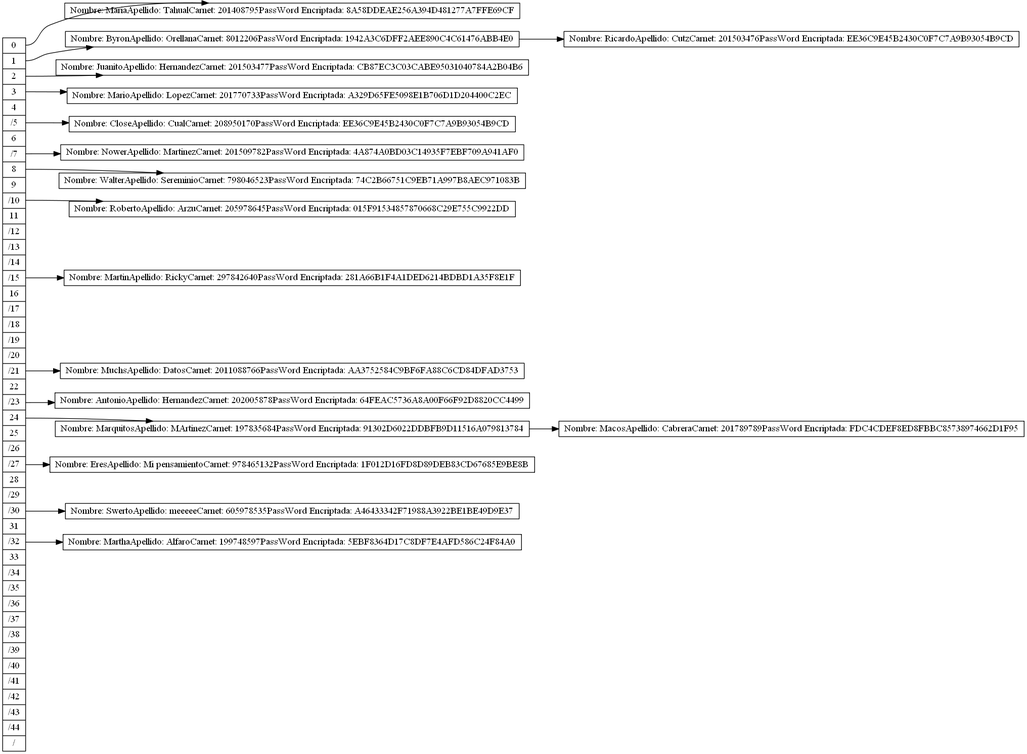
ByLy23/BlockChain_Java keeps this Graphviz diagram as Proyecto2_201700733/Hash.png. Above is the earlier version. Its source is kept beside it as Proyecto2_201700733/Hash.dot.
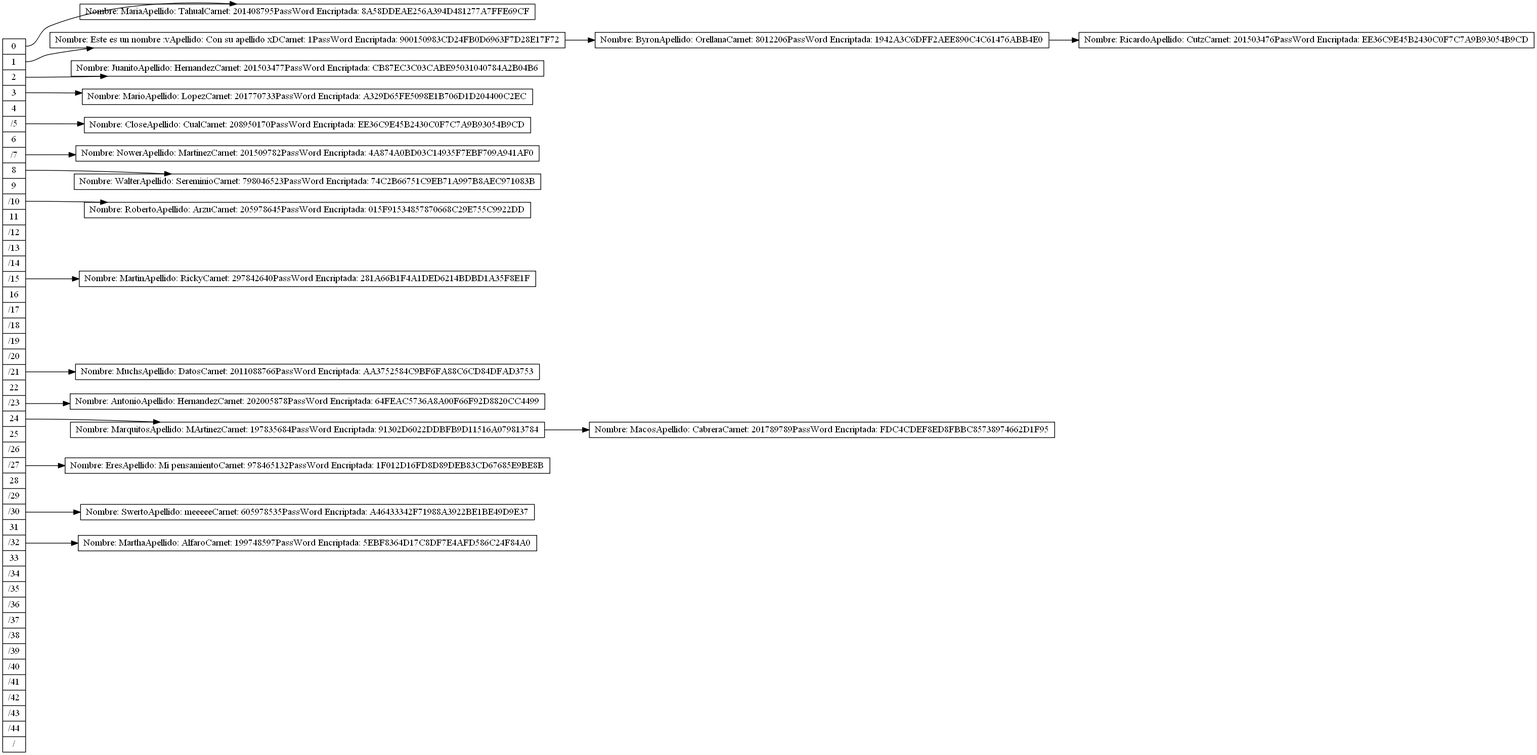
After the change.

What changed in the source:
```diff
@@ -1,91 +1,96 @@
 digraph Hash{
  rankdir= LR
  node[shape=record, width= 0.1, height= 0.1];
-Nodo636597771[label="<P0>0|<P1>1|<P2>2|<P3>3|<P4>4|<P5>/5|<P6>6|<P7>/7|<P8>8|<P9>9|<P10>/10|<P11>11|<P12>/12|<P13>/13|<P14>/14|<P15>/15|<P16>16|<P17>/17|<P18>/18|<P19>/19|<P20>/20|<P21>/21|<P22>22|<P23>/23|<P24>24|<P25>25|<P26>/26|<P27>/27|<P28>28|<P29>/29|<P30>/30|<P31>31|<P32>/32|<P33>33|<P34>/34|<P35>/35|<P36>/36|<P37>/37|<P38>/38|<P39>/39|<P40>/40|<P41>/41|<P42>/42|<P43>/43|<P44>/44|<P45>/"];
-Nodo212754510[label=" Nombre: Maria
+Nodo1505843011[label="<P0>0|<P1>1|<P2>2|<P3>3|<P4>4|<P5>/5|<P6>6|<P7>/7|<P8>8|<P9>9|<P10>/10|<P11>11|<P12>/12|<P13>/13|<P14>/14|<P15>/15|<P16>16|<P17>/17|<P18>/18|<P19>/19|<P20>/20|<P21>/21|<P22>22|<P23>/23|<P24>24|<P25>25|<P26>/26|<P27>/27|<P28>28|<P29>/29|<P30>/30|<P31>31|<P32>/32|<P33>33|<P34>/34|<P35>/35|<P36>/36|<P37>/37|<P38>/38|<P39>/39|<P40>/40|<P41>/41|<P42>/42|<P43>/43|<P44>/44|<P45>/"];
+Nodo422298974[label=" Nombre: Maria
 Apellido:  Tahual
 Carnet: 201408795
 PassWord Encriptada: 8A58DDEAE256A394D481277A7FFE69CF"];
-Nodo636597771:P0 ->Nodo212754510
-Nodo1333981190[label=" Nombre: Byron
+Nodo1505843011:P0 ->Nodo422298974
+Nodo1631177338[label=" Nombre: Este es un nombre :v
+Apellido:  Con su apellido xD
+Carnet: 1
+PassWord Encriptada: 900150983CD24FB0D6963F7D28E17F72"];
+Nodo1631177338->Nodo1049980771
+Nodo1049980771[label=" Nombre: Byron
 Apellido:  Orellana
 Carnet: 8012206
 PassWord Encriptada: 1942A3C6DFF2AEE890C4C61476ABB4E0"];
-Nodo1333981190->Nodo747089350
-Nodo747089350[label=" Nombre: Ricardo
+Nodo1049980771->Nodo1841122493
+Nodo1841122493[label=" Nombre: Ricardo
 Apellido:  Cutz
 Carnet: 201503476
 PassWord Encriptada: EE36C9E45B2430C0F7C7A9B93054B9CD"];
-Nodo636597771:P1 ->Nodo1333981190
-Nodo74323891[label=" Nombre: Juanito
+Nodo1505843011:P1 ->Nodo1631177338
+Nodo721118561[label=" Nombre: Juanito
 Apellido:  Hernandez
 Carnet: 201503477
 PassWord Encriptada: CB87EC3C03CABE95031040784A2B04B6"];
-Nodo636597771:P2 ->Nodo74323891
-Nodo2076027744[label=" Nombre: Mario
+Nodo1505843011:P2 ->Nodo721118561
+Nodo87949406[label=" Nombre: Mario
 Apellido:  Lopez
 Carnet: 201770733
 PassWord Encriptada: A329D65FE5098E1B706D1D204400C2EC"];
-Nodo636597771:P3 ->Nodo2076027744
-Nodo602367697[label=" Nombre: Close
+Nodo1505843011:P3 ->Nodo87949406
+Nodo281385453[label=" Nombre: Close
 Apellido:  Cual
 Carnet: 208950170
 PassWord Encriptada: EE36C9E45B2430C0F7C7A9B93054B9CD"];
-Nodo636597771:P5 ->Nodo602367697
-Nodo849286902[label=" Nombre: Nower
+Nodo1505843011:P5 ->Nodo281385453
+Nodo387639276[label=" Nombre: Nower
 Apellido:  Martinez
 Carnet: 201509782
 PassWord Encriptada: 4A874A0BD03C14935F7EBF709A941AF0"];
-Nodo636597771:P7 ->Nodo849286902
-Nodo1178098841[label=" Nombre: Walter
+Nodo1505843011:P7 ->Nodo387639276
+Nodo1723553795[label=" Nombre: Walter
 Apellido:  Sereminio
 Carnet: 798046523
 PassWord Encriptada: 74C2B66751C9EB71A997B8AEC971083B"];
-Nodo636597771:P8 ->Nodo1178098841
-Nodo1346898325[label=" Nombre: Roberto
+Nodo1505843011:P8 ->Nodo1723553795
+Nodo326277242[label=" Nombre: Roberto
 Apellido:  Arzu
 Carnet: 205978645
 PassWord Encriptada: 015F91534857870668C29E755C9922DD"];
-Nodo636597771:P10 ->Nodo1346898325
-Nodo1216429219[label=" Nombre: Martin
+Nodo1505843011:P10 ->Nodo326277242
+Nodo793014536[label=" Nombre: Martin
 Apellido:  Ricky
 Carnet: 297842640
 PassWord Encriptada: 281A66B1F4A1DED6214BDBD1A35F8E1F"];
-Nodo636597771:P15 ->Nodo1216429219
-Nodo48479203[label=" Nombre: Muchs
+Nodo1505843011:P15 ->Nodo793014536
+Nodo1872873099[label=" Nombre: Muchs
 Apellido:  Datos
 Carnet: 2011088766
 PassWord Encriptada: AA3752584C9BF6FA88C6CD84DFAD3753"];
-Nodo636597771:P21 ->Nodo48479203
-Nodo104592306[label=" Nombre: Antonio
+Nodo1505843011:P21 ->Nodo1872873099
+Nodo1399255100[label=" Nombre: Antonio
 Apellido:  Hernandez
 Carnet: 202005878
 PassWord Encriptada: 64FEAC5736A8A00F66F92D8820CC4499"];
-Nodo636597771:P23 ->Nodo104592306
-Nodo372201025[label=" Nombre: Marquitos
+Nodo1505843011:P23 ->Nodo1399255100
+Nodo1422922594[label=" Nombre: Marquitos
 Apellido:  MArtinez
 Carnet: 197835684
 PassWord Encriptada: 91302D6022DDBFB9D11516A079813784"];
-Nodo372201025->Nodo1460278275
-Nodo1460278275[label=" Nombre: Macos
+Nodo1422922594->Nodo1485894849
+Nodo1485894849[label=" Nombre: Macos
 Apellido:  Cabrera
 Carnet: 201789789
 PassWord Encriptada: FDC4CDEF8ED8FBBC85738974662D1F95"];
-Nodo636597771:P24 ->Nodo372201025
-Nodo1210679714[label=" Nombre: Eres
+Nodo1505843011:P24 ->Nodo1422922594
+Nodo962917574[label=" Nombre: Eres
 Apellido:  Mi pensamiento
 Carnet: 978465132
 PassWord Encriptada: 1F012D16FD8D89DEB83CD67685E9BE8B"];
-Nodo636597771:P27 ->Nodo1210679714
-Nodo290868598[label=" Nombre: Swerto
+Nodo1505843011:P27 ->Nodo962917574
+Nodo1567032518[label=" Nombre: Swerto
 Apellido:  meeeee
 Carnet: 605978535
 PassWord Encriptada: A46433342F71988A3922BE1BE49D9E37"];
-Nodo636597771:P30 ->Nodo290868598
-Nodo2108136515[label=" Nombre: Martha
+Nodo1505843011:P30 ->Nodo1567032518
+Nodo158881547[label=" Nombre: Martha
 Apellido:  Alfaro
 Carnet: 199748597
 PassWord Encriptada: 5EBF8364D17C8DF7E4AFD586C24F84A0"];
-Nodo636597771:P32 ->Nodo2108136515
+Nodo1505843011:P32 ->Nodo158881547
 
 }
```
